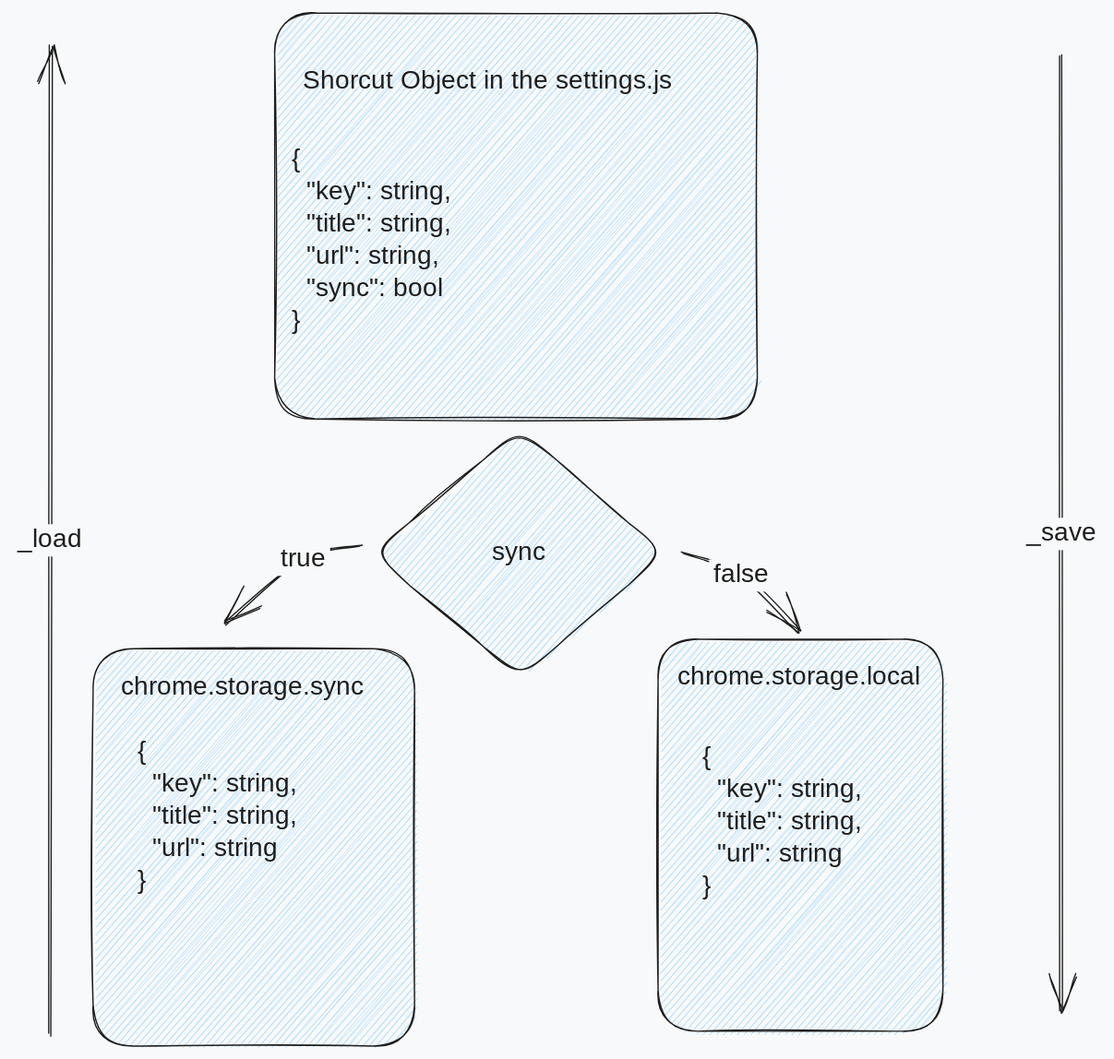
AH-Hammi/jump2url keeps this Excalidraw diagram as documentation/storage_model.excalidraw.svg. Above is the earlier version. Source tidied: one line per element, renumbered; positions are measured from the earlier drawing's top-left corner, leaving out a move shared by most shapes. Source of this version:
```json
{"id": 0, "type": "rectangle", "strokeColor": "#1e1e1e", "backgroundColor": "#a5d8ff", "fillStyle": "hachure", "strokeWidth": 1, "roughness": 1, "round": true, "x": 203, "y": 0, "width": 374, "height": 314}
{"id": 1, "type": "rectangle", "strokeColor": "#1e1e1e", "backgroundColor": "#a5d8ff", "fillStyle": "hachure", "strokeWidth": 1, "roughness": 1, "round": true, "x": 62, "y": 492, "width": 249, "height": 308}
{"id": 2, "type": "rectangle", "strokeColor": "#1e1e1e", "backgroundColor": "#a5d8ff", "fillStyle": "hachure", "strokeWidth": 1, "roughness": 1, "round": true, "x": 499, "y": 485, "width": 220, "height": 304}
{"id": 3, "type": "text", "text": "chrome.storage.sync", "strokeColor": "#1e1e1e", "backgroundColor": "#a5d8ff", "fillStyle": "hachure", "strokeWidth": 1, "roughness": 1, "fontSize": 20, "fontFamily": 1, "x": 84, "y": 510, "width": 190, "height": 25}
{"id": 4, "type": "text", "text": "chrome.storage.local", "strokeColor": "#1e1e1e", "backgroundColor": "#a5d8ff", "fillStyle": "hachure", "strokeWidth": 1, "roughness": 1, "fontSize": 20, "fontFamily": 1, "x": 514, "y": 502, "width": 195, "height": 25}
{"id": 5, "type": "text", "text": "Shorcut Object in the settings.js", "strokeColor": "#1e1e1e", "strokeWidth": 1, "roughness": 1, "fontSize": 20, "fontFamily": 1, "x": 224, "y": 40, "width": 326, "height": 25}
{"id": 6, "type": "text", "text": "{\n  \"key\": string,\n  \"title\": string,\n  \"url\": string,\n  \"sync\": bool\n}", "strokeColor": "#1e1e1e", "strokeWidth": 1, "roughness": 1, "fontSize": 20, "fontFamily": 1, "x": 215, "y": 102, "width": 151, "height": 150}
{"id": 7, "type": "text", "text": "{\n  \"key\": string,\n  \"title\": string,\n  \"url\": string\n}", "strokeColor": "#1e1e1e", "strokeWidth": 1, "roughness": 1, "fontSize": 20, "fontFamily": 1, "x": 96, "y": 560, "width": 151, "height": 125}
{"id": 8, "type": "text", "text": "{\n  \"key\": string,\n  \"title\": string,\n  \"url\": string\n}", "strokeColor": "#1e1e1e", "strokeWidth": 1, "roughness": 1, "fontSize": 20, "fontFamily": 1, "x": 534, "y": 564, "width": 151, "height": 125}
{"id": 9, "type": "diamond", "strokeColor": "#1e1e1e", "backgroundColor": "#a5d8ff", "fillStyle": "hachure", "strokeWidth": 1, "roughness": 1, "round": true, "x": 278, "y": 322, "width": 226, "height": 193}
{"id": 10, "type": "text", "text": "sync", "strokeColor": "#1e1e1e", "strokeWidth": 1, "roughness": 1, "fontSize": 20, "fontFamily": 1, "textAlign": "center", "verticalAlign": "middle", "inside": 9, "x": 372, "y": 406, "width": 40, "height": 25}
{"id": 11, "type": "arrow", "strokeColor": "#1e1e1e", "backgroundColor": "#a5d8ff", "fillStyle": "hachure", "strokeWidth": 1, "roughness": 1, "endArrowhead": "arrow", "round": true, "from": 9, "to": 2, "x": 519, "y": 418, "width": 90, "height": 61, "points": [[0, 0], [45, 17], [90, 61]]}
{"id": 12, "type": "text", "text": "false", "strokeColor": "#1e1e1e", "backgroundColor": "#a5d8ff", "fillStyle": "hachure", "strokeWidth": 1, "roughness": 1, "fontSize": 20, "fontFamily": 1, "textAlign": "center", "verticalAlign": "middle", "inside": 11, "x": 539, "y": 423, "width": 50, "height": 25}
{"id": 13, "type": "arrow", "strokeColor": "#1e1e1e", "backgroundColor": "#a5d8ff", "fillStyle": "hachure", "strokeWidth": 1, "roughness": 1, "endArrowhead": "arrow", "round": true, "from": 9, "to": 1, "x": 269, "y": 413, "width": 103, "height": 61, "points": [[0, 0], [-44, 11], [-103, 61]]}
{"id": 14, "type": "text", "text": "true", "strokeColor": "#1e1e1e", "backgroundColor": "#a5d8ff", "fillStyle": "hachure", "strokeWidth": 1, "roughness": 1, "fontSize": 20, "fontFamily": 1, "textAlign": "center", "verticalAlign": "middle", "inside": 13, "x": 203, "y": 411, "width": 42, "height": 25}
{"id": 15, "type": "arrow", "strokeColor": "#1e1e1e", "backgroundColor": "#a5d8ff", "fillStyle": "hachure", "strokeWidth": 1, "roughness": 1, "endArrowhead": "arrow", "round": true, "x": 811, "y": 33, "width": 0, "height": 740, "points": [[0, 0], [0, 740]]}
{"id": 16, "type": "text", "text": "_save", "strokeColor": "#1e1e1e", "backgroundColor": "#a5d8ff", "fillStyle": "hachure", "strokeWidth": 1, "roughness": 1, "fontSize": 20, "fontFamily": 1, "textAlign": "center", "verticalAlign": "middle", "inside": 15, "x": 780, "y": 391, "width": 62, "height": 25}
{"id": 17, "type": "arrow", "strokeColor": "#1e1e1e", "backgroundColor": "#a5d8ff", "fillStyle": "hachure", "strokeWidth": 1, "roughness": 1, "endArrowhead": "arrow", "round": true, "x": 29, "y": 791, "width": 0, "height": 765, "points": [[0, 0], [0, -765]]}
{"id": 18, "type": "text", "text": "_load", "strokeColor": "#1e1e1e", "backgroundColor": "#a5d8ff", "fillStyle": "hachure", "strokeWidth": 1, "roughness": 1, "fontSize": 20, "fontFamily": 1, "textAlign": "center", "verticalAlign": "middle", "inside": 17, "x": 0, "y": 421, "width": 58, "height": 25}
```
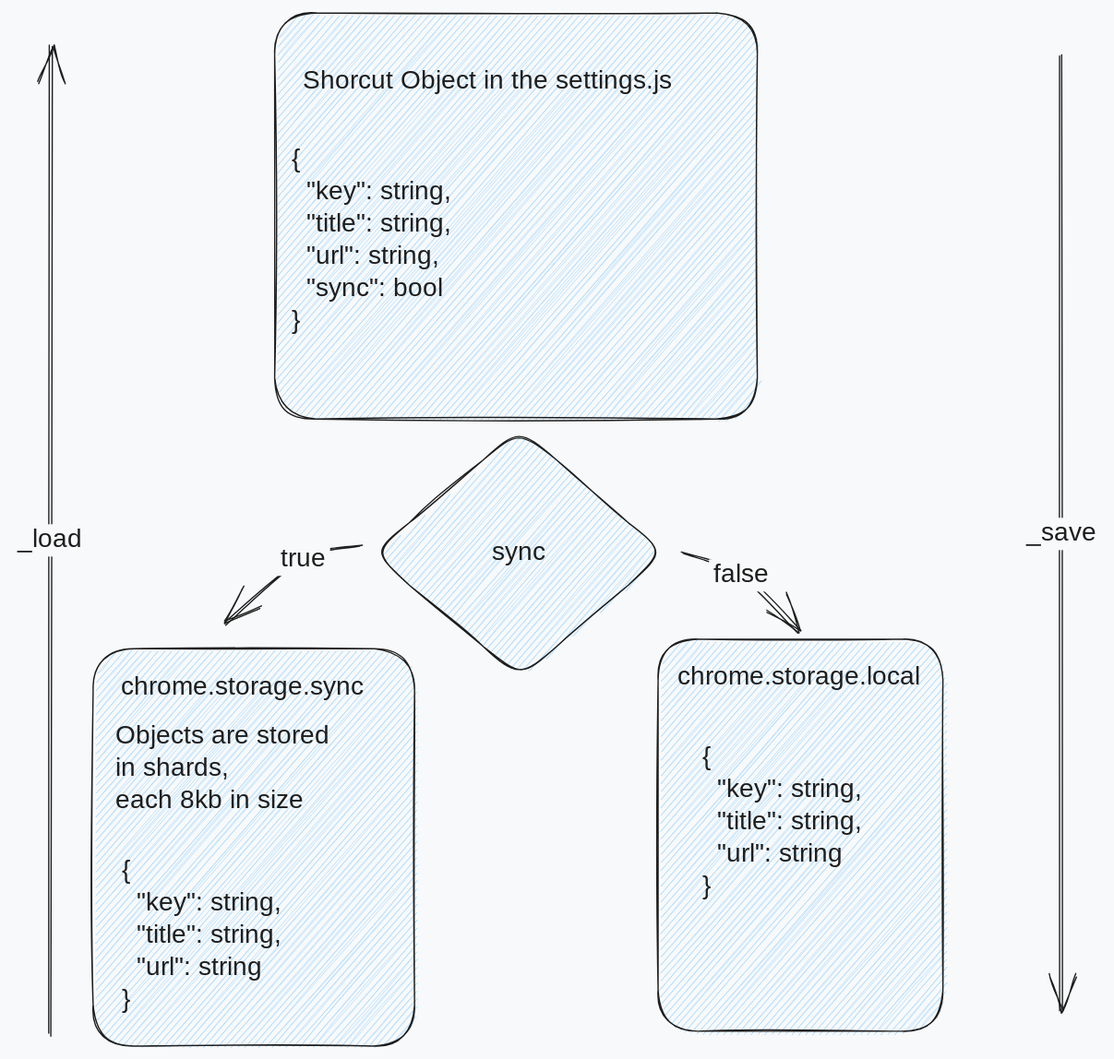
After the change.

Commit message:
Add sharding information

Change to the diagram source:
```diff
@@ -5,7 +5,7 @@
 {"id": 4, "type": "text", "text": "chrome.storage.local", "strokeColor": "#1e1e1e", "backgroundColor": "#a5d8ff", "fillStyle": "hachure", "strokeWidth": 1, "roughness": 1, "fontSize": 20, "fontFamily": 1, "x": 514, "y": 502, "width": 195, "height": 25}
 {"id": 5, "type": "text", "text": "Shorcut Object in the settings.js", "strokeColor": "#1e1e1e", "strokeWidth": 1, "roughness": 1, "fontSize": 20, "fontFamily": 1, "x": 224, "y": 40, "width": 326, "height": 25}
 {"id": 6, "type": "text", "text": "{\n  \"key\": string,\n  \"title\": string,\n  \"url\": string,\n  \"sync\": bool\n}", "strokeColor": "#1e1e1e", "strokeWidth": 1, "roughness": 1, "fontSize": 20, "fontFamily": 1, "x": 215, "y": 102, "width": 151, "height": 150}
-{"id": 7, "type": "text", "text": "{\n  \"key\": string,\n  \"title\": string,\n  \"url\": string\n}", "strokeColor": "#1e1e1e", "strokeWidth": 1, "roughness": 1, "fontSize": 20, "fontFamily": 1, "x": 96, "y": 560, "width": 151, "height": 125}
+{"id": 7, "type": "text", "text": "{\n  \"key\": string,\n  \"title\": string,\n  \"url\": string\n}", "strokeColor": "#1e1e1e", "strokeWidth": 1, "roughness": 1, "fontSize": 20, "fontFamily": 1, "x": 85, "y": 652, "width": 151, "height": 125}
 {"id": 8, "type": "text", "text": "{\n  \"key\": string,\n  \"title\": string,\n  \"url\": string\n}", "strokeColor": "#1e1e1e", "strokeWidth": 1, "roughness": 1, "fontSize": 20, "fontFamily": 1, "x": 534, "y": 564, "width": 151, "height": 125}
 {"id": 9, "type": "diamond", "strokeColor": "#1e1e1e", "backgroundColor": "#a5d8ff", "fillStyle": "hachure", "strokeWidth": 1, "roughness": 1, "round": true, "x": 278, "y": 322, "width": 226, "height": 193}
 {"id": 10, "type": "text", "text": "sync", "strokeColor": "#1e1e1e", "strokeWidth": 1, "roughness": 1, "fontSize": 20, "fontFamily": 1, "textAlign": "center", "verticalAlign": "middle", "inside": 9, "x": 372, "y": 406, "width": 40, "height": 25}
@@ -17,3 +17,4 @@
 {"id": 16, "type": "text", "text": "_save", "strokeColor": "#1e1e1e", "backgroundColor": "#a5d8ff", "fillStyle": "hachure", "strokeWidth": 1, "roughness": 1, "fontSize": 20, "fontFamily": 1, "textAlign": "center", "verticalAlign": "middle", "inside": 15, "x": 780, "y": 391, "width": 62, "height": 25}
 {"id": 17, "type": "arrow", "strokeColor": "#1e1e1e", "backgroundColor": "#a5d8ff", "fillStyle": "hachure", "strokeWidth": 1, "roughness": 1, "endArrowhead": "arrow", "round": true, "x": 29, "y": 791, "width": 0, "height": 765, "points": [[0, 0], [0, -765]]}
 {"id": 18, "type": "text", "text": "_load", "strokeColor": "#1e1e1e", "backgroundColor": "#a5d8ff", "fillStyle": "hachure", "strokeWidth": 1, "roughness": 1, "fontSize": 20, "fontFamily": 1, "textAlign": "center", "verticalAlign": "middle", "inside": 17, "x": 0, "y": 421, "width": 58, "height": 25}
+{"id": 19, "type": "text", "text": "Objects are stored\nin shards, \neach 8kb in size", "strokeColor": "#1e1e1e", "strokeWidth": 1, "roughness": 1, "fontSize": 20, "fontFamily": 1, "x": 79, "y": 548, "width": 191, "height": 75}
```
